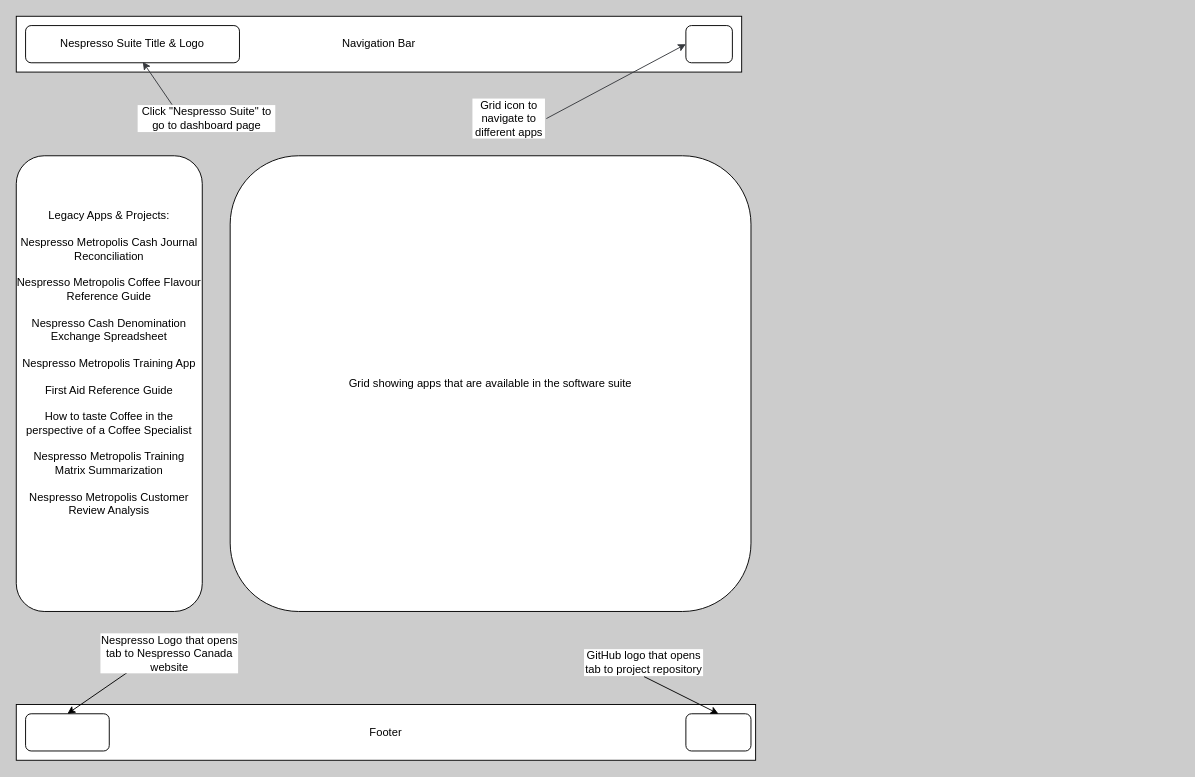
This is README_Images/Dashboard.drawio from kjeshang/nespresso-suite, a draw.io file, before an edit. Source tidied: cells renumbered, new cells numbered last; positions are measured from the earlier drawing's top-left corner, leaving out a move shared by most shapes. Both pictures are drawn from the tidied source at 93%, with x=0, y=0 at pixel (16, 16).
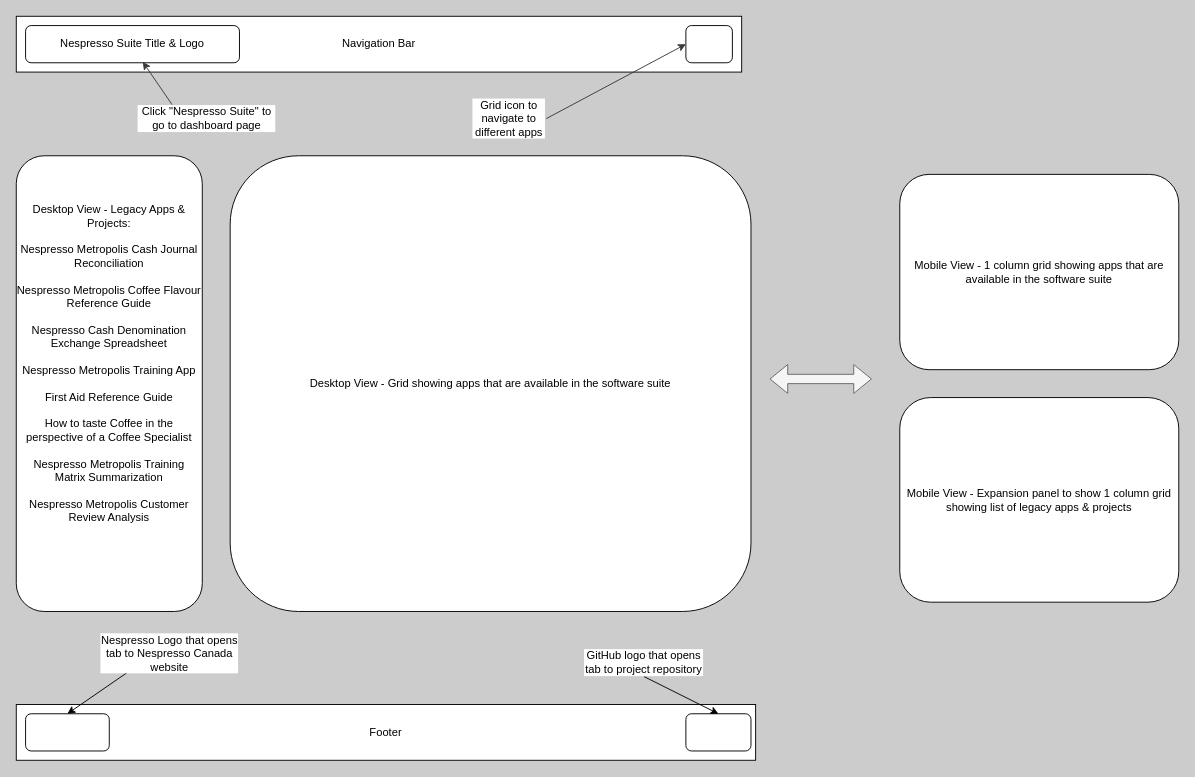
Above is the later version.

Commit message (it also covers changes not shown here):
Updated README by adding dashboard section

The edit, as a diff of the source:
```diff
@@
-    <mxCell id="10" value="Legacy Apps &amp;amp; Projects:&lt;div&gt;&lt;br&gt;&lt;/div&gt;&lt;div&gt;Nespresso Metropolis Cash Journal Reconciliation&lt;/div&gt;&lt;div&gt;&lt;br&gt;&lt;/div&gt;&lt;div&gt;Nespresso Metropolis Coffee Flavour Reference Guide&lt;/div&gt;&lt;div&gt;&lt;br&gt;&lt;/div&gt;&lt;div&gt;Nespresso Cash Denomination Exchange Spreadsheet&lt;/div&gt;&lt;div&gt;&lt;br&gt;&lt;/div&gt;&lt;div&gt;Nespresso Metropolis Training App&lt;/div&gt;&lt;div&gt;&lt;br&gt;&lt;/div&gt;&lt;div&gt;First Aid Reference Guide&lt;/div&gt;&lt;div&gt;&lt;br&gt;&lt;/div&gt;&lt;div&gt;How to taste Coffee in the perspective of a Coffee Specialist&lt;/div&gt;&lt;div&gt;&lt;br&gt;&lt;/div&gt;&lt;div&gt;Nespresso Metropolis Training Matrix Summarization&lt;/div&gt;&lt;div&gt;&lt;br&gt;&lt;/div&gt;&lt;div&gt;Nespresso Metropolis Customer Review Analysis&lt;/div&gt;&lt;div&gt;&lt;br&gt;&lt;/div&gt;&lt;div&gt;&lt;br&gt;&lt;/div&gt;&lt;div&gt;&lt;br&gt;&lt;/div&gt;" style="rounded=1;whiteSpace=wrap;html=1;" parent="1" vertex="1">
+    <mxCell id="10" value="Desktop View - Legacy Apps &amp;amp; Projects:&lt;div&gt;&lt;br&gt;&lt;/div&gt;&lt;div&gt;Nespresso Metropolis Cash Journal Reconciliation&lt;/div&gt;&lt;div&gt;&lt;br&gt;&lt;/div&gt;&lt;div&gt;Nespresso Metropolis Coffee Flavour Reference Guide&lt;/div&gt;&lt;div&gt;&lt;br&gt;&lt;/div&gt;&lt;div&gt;Nespresso Cash Denomination Exchange Spreadsheet&lt;/div&gt;&lt;div&gt;&lt;br&gt;&lt;/div&gt;&lt;div&gt;Nespresso Metropolis Training App&lt;/div&gt;&lt;div&gt;&lt;br&gt;&lt;/div&gt;&lt;div&gt;First Aid Reference Guide&lt;/div&gt;&lt;div&gt;&lt;br&gt;&lt;/div&gt;&lt;div&gt;How to taste Coffee in the perspective of a Coffee Specialist&lt;/div&gt;&lt;div&gt;&lt;br&gt;&lt;/div&gt;&lt;div&gt;Nespresso Metropolis Training Matrix Summarization&lt;/div&gt;&lt;div&gt;&lt;br&gt;&lt;/div&gt;&lt;div&gt;Nespresso Metropolis Customer Review Analysis&lt;/div&gt;&lt;div&gt;&lt;br&gt;&lt;/div&gt;&lt;div&gt;&lt;br&gt;&lt;/div&gt;&lt;div&gt;&lt;br&gt;&lt;/div&gt;" style="rounded=1;whiteSpace=wrap;html=1;" parent="1" vertex="1">
       <mxGeometry y="150" width="200" height="490" as="geometry" />
     </mxCell>
-    <mxCell id="11" value="Grid showing apps that are available in the software suite" style="rounded=1;whiteSpace=wrap;html=1;" parent="1" vertex="1">
+    <mxCell id="11" value="Desktop View - Grid showing apps that are available in the software suite" style="rounded=1;whiteSpace=wrap;html=1;" parent="1" vertex="1">
       <mxGeometry x="230" y="150" width="560" height="490" as="geometry" />
     </mxCell>
@@
+    <mxCell id="18" style="shape=flexArrow;endArrow=classic;startArrow=classic;html=1;fillColor=#f5f5f5;strokeColor=#666666;" parent="1" edge="1">
+      <mxGeometry relative="1" as="geometry">
+        <mxPoint x="810" y="390" as="sourcePoint" />
+        <mxPoint x="920" y="390" as="targetPoint" />
+      </mxGeometry>
+    </mxCell>
+    <mxCell id="19" value="&lt;span style=&quot;color: rgb(0, 0, 0);&quot;&gt;Mobile View - 1 column grid showing apps that are available in the software suite&lt;/span&gt;" style="rounded=1;whiteSpace=wrap;html=1;" parent="1" vertex="1">
+      <mxGeometry x="950" y="170" width="300" height="210" as="geometry" />
+    </mxCell>
+    <mxCell id="20" value="Mobile View - Expansion panel to show 1 column grid showing list of legacy apps &amp;amp; projects" style="rounded=1;whiteSpace=wrap;html=1;" parent="1" vertex="1">
+      <mxGeometry x="950" y="410" width="300" height="220" as="geometry" />
+    </mxCell>
```
